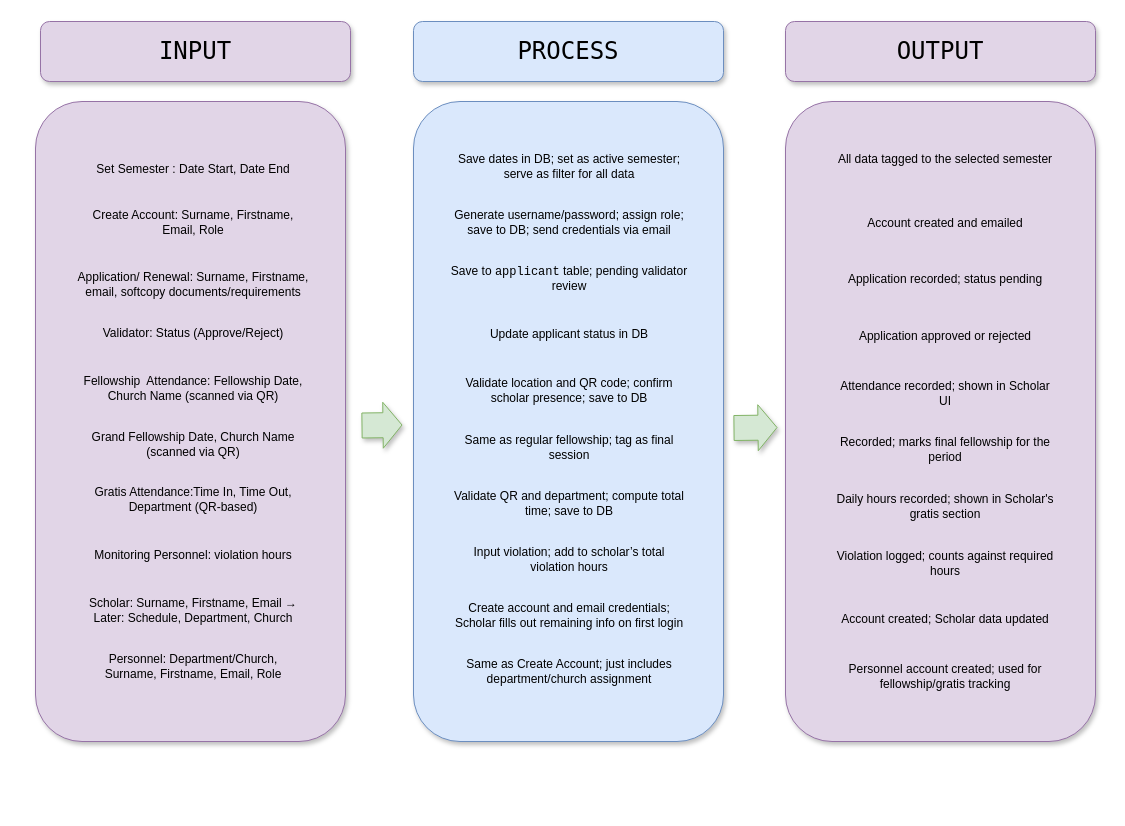
Earlier version of the draw.io diagram IPO.drawio (Bagay-0037/visuals). Source tidied: cells renumbered, new cells numbered last; positions are measured from the earlier drawing's top-left corner, leaving out a move shared by most shapes. Both pictures are drawn from the tidied source at 100%, with x=0, y=0 at pixel (35, 21).
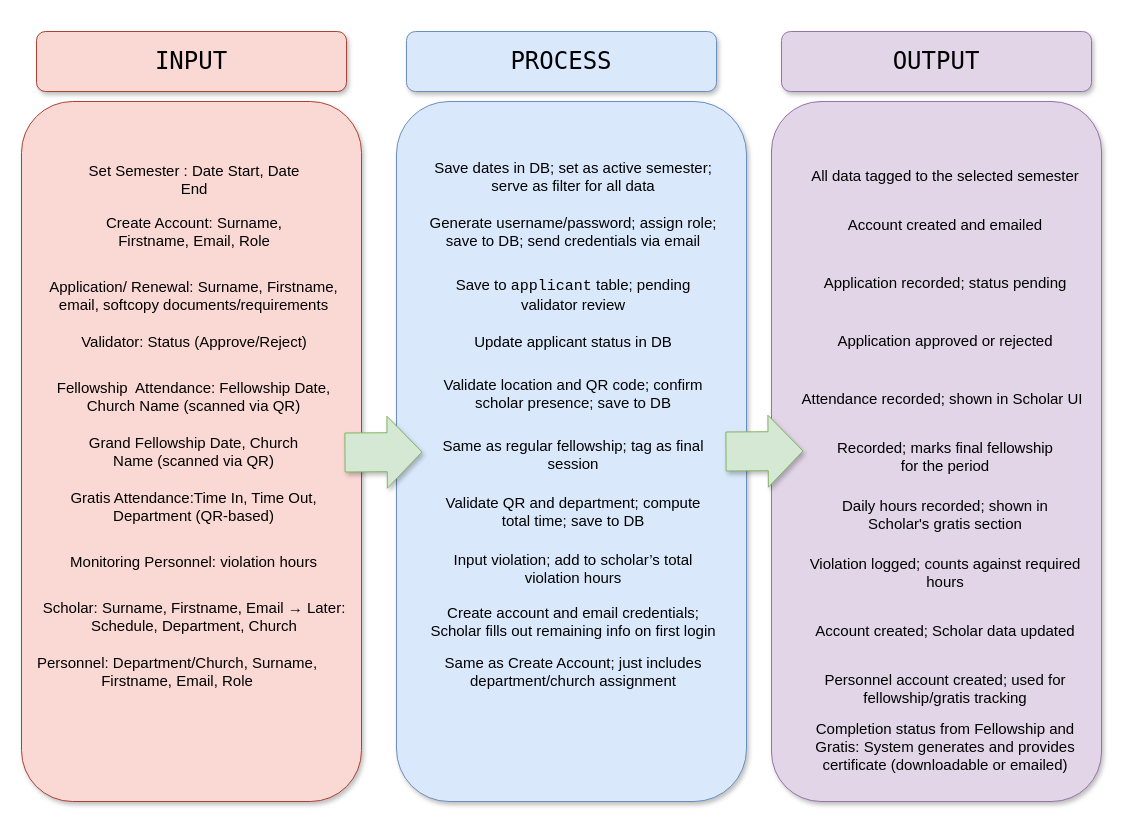
Above is the later version.

The edit, as a diff of the source:
```diff
@@
-    <mxCell id="2" value="&lt;div&gt;&lt;br&gt;&lt;/div&gt;" style="rounded=1;whiteSpace=wrap;html=1;fillColor=#e1d5e7;strokeColor=#9673a6;glass=0;shadow=1;" parent="1" vertex="1">
-      <mxGeometry y="80" width="310" height="640" as="geometry" />
+    <mxCell id="2" value="&lt;div&gt;&lt;br&gt;&lt;/div&gt;" style="rounded=1;whiteSpace=wrap;html=1;fillColor=#fad9d5;strokeColor=#ae4132;glass=0;shadow=1;" parent="1" vertex="1">
+      <mxGeometry x="-14" y="80" width="340" height="700" as="geometry" />
     </mxCell>
     <mxCell id="3" value="&lt;div&gt;&lt;br&gt;&lt;/div&gt;" style="rounded=1;whiteSpace=wrap;html=1;fillColor=#dae8fc;strokeColor=#6c8ebf;shadow=1;" parent="1" vertex="1">
-      <mxGeometry x="378" y="80" width="310" height="640" as="geometry" />
+      <mxGeometry x="361" y="80" width="350" height="700" as="geometry" />
     </mxCell>
     <mxCell id="4" value="&lt;div&gt;&lt;br&gt;&lt;/div&gt;" style="rounded=1;whiteSpace=wrap;html=1;fillColor=#e1d5e7;strokeColor=#9673a6;shadow=1;" parent="1" vertex="1">
-      <mxGeometry x="750" y="80" width="310" height="640" as="geometry" />
+      <mxGeometry x="736" y="80" width="330" height="700" as="geometry" />
     </mxCell>
-    <mxCell id="5" value="&lt;table&gt;&lt;tbody&gt;&lt;tr&gt;&lt;td&gt;&lt;strong&gt;&lt;/strong&gt;&lt;/td&gt;&lt;/tr&gt;&lt;/tbody&gt;&lt;/table&gt;&lt;table&gt;&lt;tbody&gt;&lt;tr&gt;&lt;td&gt;Set Semester : Date Start, Date End&lt;/td&gt;&lt;/tr&gt;&lt;/tbody&gt;&lt;/table&gt;" style="text;html=1;align=center;verticalAlign=middle;whiteSpace=wrap;rounded=0;" parent="1" vertex="1">
-      <mxGeometry x="48" y="130" width="220" height="30" as="geometry" />
+    <mxCell id="5" value="&lt;table&gt;&lt;tbody&gt;&lt;tr&gt;&lt;td&gt;&lt;font style=&quot;font-size: 15px;&quot;&gt;&lt;strong&gt;&lt;/strong&gt;&lt;/font&gt;&lt;/td&gt;&lt;/tr&gt;&lt;/tbody&gt;&lt;/table&gt;&lt;table&gt;&lt;tbody&gt;&lt;tr&gt;&lt;td&gt;&lt;font style=&quot;font-size: 15px;&quot;&gt;Set Semester : Date Start, Date End&lt;/font&gt;&lt;/td&gt;&lt;/tr&gt;&lt;/tbody&gt;&lt;/table&gt;" style="text;html=1;align=center;verticalAlign=middle;whiteSpace=wrap;rounded=0;" parent="1" vertex="1">
+      <mxGeometry x="34.5" y="140" width="248" height="30" as="geometry" />
     </mxCell>
-    <mxCell id="6" value="&lt;div&gt;&lt;div&gt;&lt;span style=&quot;background-color: transparent; color: light-dark(rgb(0, 0, 0), rgb(255, 255, 255));&quot;&gt;Create Account: Surname, Firstname, Email, Role&lt;/span&gt;&lt;/div&gt;&lt;/div&gt;" style="text;html=1;align=center;verticalAlign=middle;whiteSpace=wrap;rounded=0;" parent="1" vertex="1">
-      <mxGeometry x="48" y="186" width="220" height="30" as="geometry" />
+    <mxCell id="6" value="&lt;div&gt;&lt;div&gt;&lt;span style=&quot;background-color: transparent; color: light-dark(rgb(0, 0, 0), rgb(255, 255, 255));&quot;&gt;&lt;font style=&quot;font-size: 15px;&quot;&gt;Create Account: Surname, Firstname, Email, Role&lt;/font&gt;&lt;/span&gt;&lt;/div&gt;&lt;/div&gt;" style="text;html=1;align=center;verticalAlign=middle;whiteSpace=wrap;rounded=0;" parent="1" vertex="1">
+      <mxGeometry x="34.5" y="195" width="248" height="30" as="geometry" />
     </mxCell>
-    <mxCell id="7" value="&lt;br&gt;&lt;div&gt;&lt;div&gt;&lt;span style=&quot;background-color: transparent; color: light-dark(rgb(0, 0, 0), rgb(255, 255, 255));&quot;&gt;Application/ Renewal: Surname, Firstname, email, softcopy documents/requirements&lt;/span&gt;&lt;/div&gt;&lt;/div&gt;" style="text;html=1;align=center;verticalAlign=middle;whiteSpace=wrap;rounded=0;" parent="1" vertex="1">
-      <mxGeometry x="33" y="241" width="250" height="30" as="geometry" />
+    <mxCell id="7" value="&lt;font style=&quot;font-size: 15px;&quot;&gt;&lt;br&gt;&lt;/font&gt;&lt;div&gt;&lt;div&gt;&lt;span style=&quot;background-color: transparent; color: light-dark(rgb(0, 0, 0), rgb(255, 255, 255));&quot;&gt;&lt;font style=&quot;font-size: 15px;&quot;&gt;Application/ Renewal: Surname, Firstname, email, softcopy documents/requirements&lt;/font&gt;&lt;/span&gt;&lt;/div&gt;&lt;/div&gt;" style="text;html=1;align=center;verticalAlign=middle;whiteSpace=wrap;rounded=0;" parent="1" vertex="1">
+      <mxGeometry x="6.1" y="250" width="304.8" height="30" as="geometry" />
     </mxCell>
-    <mxCell id="8" value="&lt;div&gt;Validator:&amp;nbsp;Status (Approve/Reject)&lt;/div&gt;" style="text;html=1;align=center;verticalAlign=middle;whiteSpace=wrap;rounded=0;" parent="1" vertex="1">
-      <mxGeometry x="38" y="297" width="240" height="30" as="geometry" />
+    <mxCell id="8" value="&lt;div&gt;&lt;font style=&quot;font-size: 15px;&quot;&gt;Validator:&amp;nbsp;Status (Approve/Reject)&lt;/font&gt;&lt;/div&gt;" style="text;html=1;align=center;verticalAlign=middle;whiteSpace=wrap;rounded=0;fontSize=14;" parent="1" vertex="1">
+      <mxGeometry x="38.5" y="305" width="240" height="30" as="geometry" />
     </mxCell>
-    <mxCell id="9" value="Fellowship&amp;nbsp; Attendance: Fellowship Date, Church Name (scanned via QR)" style="text;html=1;align=center;verticalAlign=middle;whiteSpace=wrap;rounded=0;" parent="1" vertex="1">
-      <mxGeometry x="28" y="352" width="260" height="30" as="geometry" />
+    <mxCell id="9" value="&lt;font style=&quot;font-size: 15px;&quot;&gt;Fellowship&amp;nbsp; Attendance: Fellowship Date, Church Name (scanned via QR)&lt;/font&gt;" style="text;html=1;align=center;verticalAlign=middle;whiteSpace=wrap;rounded=0;fontSize=14;" parent="1" vertex="1">
+      <mxGeometry x="10" y="360" width="297" height="30" as="geometry" />
     </mxCell>
-    <mxCell id="10" value="&lt;div&gt;Grand Fellowship Date, Church Name (scanned via QR)&lt;/div&gt;" style="text;html=1;align=center;verticalAlign=middle;whiteSpace=wrap;rounded=0;" parent="1" vertex="1">
-      <mxGeometry x="33" y="408" width="250" height="30" as="geometry" />
+    <mxCell id="10" value="&lt;div&gt;&lt;font style=&quot;font-size: 15px;&quot;&gt;Grand Fellowship Date, Church Name (scanned via QR)&lt;/font&gt;&lt;/div&gt;" style="text;html=1;align=center;verticalAlign=middle;whiteSpace=wrap;rounded=0;fontSize=14;" parent="1" vertex="1">
+      <mxGeometry x="32" y="415" width="253" height="30" as="geometry" />
     </mxCell>
-    <mxCell id="11" value="Gratis Attendance:Time In, Time Out, Department (QR-based)" style="text;html=1;align=center;verticalAlign=middle;whiteSpace=wrap;rounded=0;" parent="1" vertex="1">
-      <mxGeometry x="43" y="463" width="230" height="30" as="geometry" />
+    <mxCell id="11" value="&lt;font style=&quot;font-size: 15px;&quot;&gt;Gratis Attendance:Time In, Time Out, Department (QR-based)&lt;/font&gt;" style="text;html=1;align=center;verticalAlign=middle;whiteSpace=wrap;rounded=0;fontSize=14;" parent="1" vertex="1">
+      <mxGeometry x="3" y="470" width="311" height="30" as="geometry" />
     </mxCell>
-    <mxCell id="12" value="Monitoring Personnel: violation hours" style="text;html=1;align=center;verticalAlign=middle;whiteSpace=wrap;rounded=0;" parent="1" vertex="1">
-      <mxGeometry x="43" y="519" width="230" height="30" as="geometry" />
+    <mxCell id="12" value="&lt;font style=&quot;font-size: 15px;&quot;&gt;Monitoring Personnel: violation hours&lt;/font&gt;" style="text;html=1;align=center;verticalAlign=middle;whiteSpace=wrap;rounded=0;fontSize=14;" parent="1" vertex="1">
+      <mxGeometry x="17" y="525" width="283" height="30" as="geometry" />
     </mxCell>
-    <mxCell id="13" value="Scholar: Surname, Firstname, Email → Later: Schedule, Department, Church" style="text;html=1;align=center;verticalAlign=middle;whiteSpace=wrap;rounded=0;" parent="1" vertex="1">
-      <mxGeometry x="38" y="574" width="240" height="30" as="geometry" />
+    <mxCell id="13" value="&lt;font style=&quot;font-size: 15px;&quot;&gt;Scholar: Surname, Firstname, Email → Later: Schedule, Department, Church&lt;/font&gt;" style="text;html=1;align=center;verticalAlign=middle;whiteSpace=wrap;rounded=0;fontSize=14;" parent="1" vertex="1">
+      <mxGeometry x="-0.5" y="580" width="318" height="30" as="geometry" />
     </mxCell>
-    <mxCell id="14" value="&lt;div&gt;&lt;div&gt;Personnel: Department/Church, Surname, Firstname, Email, Role&lt;/div&gt;&lt;/div&gt;" style="text;html=1;align=center;verticalAlign=middle;whiteSpace=wrap;rounded=0;" parent="1" vertex="1">
-      <mxGeometry x="48" y="630" width="220" height="30" as="geometry" />
+    <mxCell id="14" value="&lt;div&gt;&lt;div&gt;&lt;font style=&quot;font-size: 15px;&quot;&gt;Personnel: Department/Church, Surname, Firstname, Email, Role&lt;/font&gt;&lt;/div&gt;&lt;/div&gt;" style="text;html=1;align=center;verticalAlign=middle;whiteSpace=wrap;rounded=0;fontSize=14;" parent="1" vertex="1">
+      <mxGeometry x="-14" y="635" width="311.5" height="30" as="geometry" />
     </mxCell>
-    <mxCell id="15" value="Save dates in DB; set as active semester; serve as filter for all data" style="text;html=1;align=center;verticalAlign=middle;whiteSpace=wrap;rounded=0;" parent="1" vertex="1">
-      <mxGeometry x="414" y="130" width="240" height="30" as="geometry" />
+    <mxCell id="15" value="&lt;font style=&quot;font-size: 15px;&quot;&gt;Save dates in DB; set as active semester; serve as filter for all data&lt;/font&gt;" style="text;html=1;align=center;verticalAlign=middle;whiteSpace=wrap;rounded=0;" parent="1" vertex="1">
+      <mxGeometry x="397" y="140" width="282" height="30" as="geometry" />
     </mxCell>
-    <mxCell id="16" value="Generate username/password; assign role; save to DB; send credentials via email" style="text;html=1;align=center;verticalAlign=middle;whiteSpace=wrap;rounded=0;" parent="1" vertex="1">
-      <mxGeometry x="414" y="181" width="240" height="40" as="geometry" />
+    <mxCell id="16" value="&lt;font style=&quot;font-size: 15px;&quot;&gt;Generate username/password; assign role; save to DB; send credentials via email&lt;/font&gt;" style="text;html=1;align=center;verticalAlign=middle;whiteSpace=wrap;rounded=0;" parent="1" vertex="1">
+      <mxGeometry x="392" y="190" width="292" height="40" as="geometry" />
     </mxCell>
-    <mxCell id="17" value="Save to &lt;code&gt;applicant&lt;/code&gt; table; pending validator review" style="text;html=1;align=center;verticalAlign=middle;whiteSpace=wrap;rounded=0;" parent="1" vertex="1">
-      <mxGeometry x="414" y="237" width="240" height="40" as="geometry" />
+    <mxCell id="17" value="&lt;font style=&quot;font-size: 15px;&quot;&gt;Save to &lt;code style=&quot;&quot;&gt;applicant&lt;/code&gt; table; pending validator review&lt;/font&gt;" style="text;html=1;align=center;verticalAlign=middle;whiteSpace=wrap;rounded=0;" parent="1" vertex="1">
+      <mxGeometry x="397" y="253" width="282" height="40" as="geometry" />
     </mxCell>
-    <mxCell id="18" value="Update applicant status in DB" style="text;html=1;align=center;verticalAlign=middle;whiteSpace=wrap;rounded=0;" parent="1" vertex="1">
-      <mxGeometry x="414" y="293" width="240" height="40" as="geometry" />
+    <mxCell id="18" value="&lt;font style=&quot;font-size: 15px;&quot;&gt;Update applicant status in DB&lt;/font&gt;" style="text;html=1;align=center;verticalAlign=middle;whiteSpace=wrap;rounded=0;" parent="1" vertex="1">
+      <mxGeometry x="418" y="300" width="240" height="40" as="geometry" />
     </mxCell>
-    <mxCell id="19" value="Validate location and QR code; confirm scholar presence; save to DB" style="text;html=1;align=center;verticalAlign=middle;whiteSpace=wrap;rounded=0;" parent="1" vertex="1">
-      <mxGeometry x="414" y="349" width="240" height="40" as="geometry" />
+    <mxCell id="19" value="&lt;font style=&quot;font-size: 15px;&quot;&gt;Validate location and QR code; confirm scholar presence; save to DB&lt;/font&gt;" style="text;html=1;align=center;verticalAlign=middle;whiteSpace=wrap;rounded=0;" parent="1" vertex="1">
+      <mxGeometry x="407" y="352" width="262" height="40" as="geometry" />
     </mxCell>
-    <mxCell id="20" value="Same as regular fellowship; tag as final session" style="text;html=1;align=center;verticalAlign=middle;whiteSpace=wrap;rounded=0;" parent="1" vertex="1">
-      <mxGeometry x="414" y="406" width="240" height="40" as="geometry" />
+    <mxCell id="20" value="&lt;font style=&quot;font-size: 15px;&quot;&gt;Same as regular fellowship; tag as final session&lt;/font&gt;" style="text;html=1;align=center;verticalAlign=middle;whiteSpace=wrap;rounded=0;" parent="1" vertex="1">
+      <mxGeometry x="402" y="413" width="272" height="40" as="geometry" />
     </mxCell>
-    <mxCell id="21" value="Validate QR and department; compute total time; save to DB" style="text;html=1;align=center;verticalAlign=middle;whiteSpace=wrap;rounded=0;" parent="1" vertex="1">
-      <mxGeometry x="414" y="462" width="240" height="40" as="geometry" />
+    <mxCell id="21" value="&lt;font style=&quot;font-size: 15px;&quot;&gt;Validate QR and department; compute total time; save to DB&lt;/font&gt;" style="text;html=1;align=center;verticalAlign=middle;whiteSpace=wrap;rounded=0;" parent="1" vertex="1">
+      <mxGeometry x="407" y="470" width="262" height="40" as="geometry" />
     </mxCell>
-    <mxCell id="22" value="Input violation; add to scholar’s total violation hours" style="text;html=1;align=center;verticalAlign=middle;whiteSpace=wrap;rounded=0;" parent="1" vertex="1">
-      <mxGeometry x="414" y="518" width="240" height="40" as="geometry" />
+    <mxCell id="22" value="&lt;font style=&quot;font-size: 15px;&quot;&gt;Input violation; add to scholar’s total violation hours&lt;/font&gt;" style="text;html=1;align=center;verticalAlign=middle;whiteSpace=wrap;rounded=0;" parent="1" vertex="1">
+      <mxGeometry x="389" y="527" width="298" height="40" as="geometry" />
     </mxCell>
-    <mxCell id="23" value="Create account and email credentials; Scholar fills out remaining info on first login" style="text;html=1;align=center;verticalAlign=middle;whiteSpace=wrap;rounded=0;" parent="1" vertex="1">
-      <mxGeometry x="414" y="574" width="240" height="40" as="geometry" />
+    <mxCell id="23" value="&lt;font style=&quot;font-size: 15px;&quot;&gt;Create account and email credentials; Scholar fills out remaining info on first login&lt;/font&gt;" style="text;html=1;align=center;verticalAlign=middle;whiteSpace=wrap;rounded=0;" parent="1" vertex="1">
+      <mxGeometry x="392" y="580" width="292" height="40" as="geometry" />
     </mxCell>
-    <mxCell id="24" value="Same as Create Account; just includes department/church assignment" style="text;html=1;align=center;verticalAlign=middle;whiteSpace=wrap;rounded=0;" parent="1" vertex="1">
-      <mxGeometry x="414" y="630" width="240" height="40" as="geometry" />
+    <mxCell id="24" value="&lt;font style=&quot;font-size: 15px;&quot;&gt;Same as Create Account; just includes department/church assignment&lt;/font&gt;" style="text;html=1;align=center;verticalAlign=middle;whiteSpace=wrap;rounded=0;" parent="1" vertex="1">
+      <mxGeometry x="398" y="630" width="280" height="40" as="geometry" />
     </mxCell>
-    <mxCell id="25" value="&#10;All data tagged to the selected semester&#10;&#10;" style="text;html=1;align=center;verticalAlign=middle;whiteSpace=wrap;rounded=0;" parent="1" vertex="1">
-      <mxGeometry x="800" y="130" width="220" height="30" as="geometry" />
+    <mxCell id="25" value="&lt;font style=&quot;font-size: 15px;&quot;&gt;&lt;br&gt;All data tagged to the selected semester&lt;br&gt;&lt;/font&gt;" style="text;html=1;align=center;verticalAlign=middle;whiteSpace=wrap;rounded=0;" parent="1" vertex="1">
+      <mxGeometry x="770" y="130" width="280" height="30" as="geometry" />
     </mxCell>
-    <mxCell id="26" value="Account created and emailed" style="text;html=1;align=center;verticalAlign=middle;whiteSpace=wrap;rounded=0;" parent="1" vertex="1">
-      <mxGeometry x="800" y="187" width="220" height="30" as="geometry" />
+    <mxCell id="26" value="&lt;font style=&quot;font-size: 15px;&quot;&gt;Account created and emailed&lt;/font&gt;" style="text;html=1;align=center;verticalAlign=middle;whiteSpace=wrap;rounded=0;" parent="1" vertex="1">
+      <mxGeometry x="800" y="188" width="220" height="30" as="geometry" />
     </mxCell>
-    <mxCell id="27" value="Application recorded; status pending" style="text;html=1;align=center;verticalAlign=middle;whiteSpace=wrap;rounded=0;" parent="1" vertex="1">
-      <mxGeometry x="800" y="243" width="220" height="30" as="geometry" />
+    <mxCell id="27" value="&lt;font style=&quot;font-size: 15px;&quot;&gt;Application recorded; status pending&lt;/font&gt;" style="text;html=1;align=center;verticalAlign=middle;whiteSpace=wrap;rounded=0;" parent="1" vertex="1">
+      <mxGeometry x="782" y="246" width="256" height="30" as="geometry" />
     </mxCell>
-    <mxCell id="28" value="Application approved or rejected" style="text;html=1;align=center;verticalAlign=middle;whiteSpace=wrap;rounded=0;" parent="1" vertex="1">
-      <mxGeometry x="800" y="300" width="220" height="30" as="geometry" />
+    <mxCell id="28" value="&lt;font style=&quot;font-size: 15px;&quot;&gt;Application approved or rejected&lt;/font&gt;" style="text;html=1;align=center;verticalAlign=middle;whiteSpace=wrap;rounded=0;" parent="1" vertex="1">
+      <mxGeometry x="797" y="304" width="226" height="30" as="geometry" />
     </mxCell>
-    <mxCell id="29" value="Attendance recorded; shown in Scholar UI" style="text;html=1;align=center;verticalAlign=middle;whiteSpace=wrap;rounded=0;" parent="1" vertex="1">
-      <mxGeometry x="800" y="357" width="220" height="30" as="geometry" />
+    <mxCell id="29" value="&lt;font style=&quot;font-size: 15px;&quot;&gt;Attendance recorded; shown in Scholar UI&lt;/font&gt;" style="text;html=1;align=center;verticalAlign=middle;whiteSpace=wrap;rounded=0;" parent="1" vertex="1">
+      <mxGeometry x="764" y="362" width="286" height="30" as="geometry" />
     </mxCell>
-    <mxCell id="30" value="Recorded; marks final fellowship for the period" style="text;html=1;align=center;verticalAlign=middle;whiteSpace=wrap;rounded=0;" parent="1" vertex="1">
-      <mxGeometry x="800" y="413" width="220" height="30" as="geometry" />
+    <mxCell id="30" value="&lt;font style=&quot;font-size: 15px;&quot;&gt;Recorded; marks final fellowship for the period&lt;/font&gt;" style="text;html=1;align=center;verticalAlign=middle;whiteSpace=wrap;rounded=0;" parent="1" vertex="1">
+      <mxGeometry x="793" y="420" width="234" height="30" as="geometry" />
     </mxCell>
-    <mxCell id="31" value="Daily hours recorded; shown in Scholar's gratis section" style="text;html=1;align=center;verticalAlign=middle;whiteSpace=wrap;rounded=0;" parent="1" vertex="1">
-      <mxGeometry x="800" y="470" width="220" height="30" as="geometry" />
+    <mxCell id="31" value="&lt;font style=&quot;font-size: 15px;&quot;&gt;Daily hours recorded; shown in Scholar's gratis section&lt;/font&gt;" style="text;html=1;align=center;verticalAlign=middle;whiteSpace=wrap;rounded=0;" parent="1" vertex="1">
+      <mxGeometry x="778" y="478" width="264" height="30" as="geometry" />
     </mxCell>
-    <mxCell id="32" value="Violation logged; counts against required hours" style="text;html=1;align=center;verticalAlign=middle;whiteSpace=wrap;rounded=0;" parent="1" vertex="1">
-      <mxGeometry x="800" y="527" width="220" height="30" as="geometry" />
+    <mxCell id="32" value="&lt;font style=&quot;font-size: 15px;&quot;&gt;Violation logged; counts against required hours&lt;/font&gt;" style="text;html=1;align=center;verticalAlign=middle;whiteSpace=wrap;rounded=0;" parent="1" vertex="1">
+      <mxGeometry x="768" y="536" width="284" height="30" as="geometry" />
     </mxCell>
-    <mxCell id="33" value="Account created; Scholar data updated" style="text;html=1;align=center;verticalAlign=middle;whiteSpace=wrap;rounded=0;" parent="1" vertex="1">
-      <mxGeometry x="800" y="583" width="220" height="30" as="geometry" />
+    <mxCell id="33" value="&lt;font style=&quot;font-size: 15px;&quot;&gt;Account created; Scholar data updated&lt;/font&gt;" style="text;html=1;align=center;verticalAlign=middle;whiteSpace=wrap;rounded=0;" parent="1" vertex="1">
+      <mxGeometry x="773" y="594" width="274" height="30" as="geometry" />
     </mxCell>
-    <mxCell id="34" value="Personnel account created; used for fellowship/gratis tracking" style="text;html=1;align=center;verticalAlign=middle;whiteSpace=wrap;rounded=0;" parent="1" vertex="1">
-      <mxGeometry x="800" y="640" width="220" height="30" as="geometry" />
+    <mxCell id="34" value="&lt;font style=&quot;font-size: 15px;&quot;&gt;Personnel account created; used for fellowship/gratis tracking&lt;/font&gt;" style="text;html=1;align=center;verticalAlign=middle;whiteSpace=wrap;rounded=0;" parent="1" vertex="1">
+      <mxGeometry x="783" y="652" width="254" height="30" as="geometry" />
     </mxCell>
-    <mxCell id="35" style="shape=flexArrow;endArrow=classic;html=1;rounded=0;fillColor=#d5e8d4;strokeColor=#82b366;shadow=1;width=25;" parent="1" edge="1">
-      <mxGeometry relative="1" as="geometry">
-        <mxPoint x="326" y="404" as="sourcePoint" />
-        <mxPoint x="367" y="403.5" as="targetPoint" />
-      </mxGeometry>
-    </mxCell>
-    <mxCell id="36" style="shape=flexArrow;endArrow=classic;html=1;rounded=0;fillColor=#d5e8d4;strokeColor=#82b366;shadow=1;flowAnimation=0;width=25;" parent="1" edge="1">
+    <mxCell id="36" style="shape=flexArrow;endArrow=classic;html=1;rounded=0;fillColor=#d5e8d4;strokeColor=#82b366;shadow=1;flowAnimation=0;width=39;endSize=11.29;endWidth=32;" parent="1" edge="1">
       <mxGeometry relative="1" as="geometry">
-        <mxPoint x="698" y="406.5" as="sourcePoint" />
-        <mxPoint x="742" y="406" as="targetPoint" />
+        <mxPoint x="309" y="431" as="sourcePoint" />
+        <mxPoint x="387" y="430.5" as="targetPoint" />
       </mxGeometry>
     </mxCell>
-    <mxCell id="37" value="&lt;font face=&quot;Lucida Console&quot; style=&quot;font-size: 24px;&quot;&gt;INPUT&lt;/font&gt;" style="rounded=1;whiteSpace=wrap;html=1;shadow=1;fillColor=#e1d5e7;strokeColor=#9673a6;" parent="1" vertex="1">
-      <mxGeometry x="5" width="310" height="60" as="geometry" />
+    <mxCell id="37" value="&lt;font face=&quot;Lucida Console&quot; style=&quot;font-size: 24px;&quot;&gt;INPUT&lt;/font&gt;" style="rounded=1;whiteSpace=wrap;html=1;shadow=1;fillColor=#fad9d5;strokeColor=#ae4132;" parent="1" vertex="1">
+      <mxGeometry x="1" y="10" width="310" height="60" as="geometry" />
     </mxCell>
     <mxCell id="38" value="&lt;font face=&quot;Lucida Console&quot; style=&quot;font-size: 24px;&quot;&gt;PROCESS&lt;/font&gt;" style="rounded=1;whiteSpace=wrap;html=1;shadow=1;fillColor=#dae8fc;strokeColor=#6c8ebf;" parent="1" vertex="1">
-      <mxGeometry x="378" width="310" height="60" as="geometry" />
+      <mxGeometry x="371" y="10" width="310" height="60" as="geometry" />
     </mxCell>
     <mxCell id="39" value="&lt;font face=&quot;Lucida Console&quot; style=&quot;font-size: 24px;&quot;&gt;OUTPUT&lt;/font&gt;" style="rounded=1;whiteSpace=wrap;html=1;shadow=1;glass=0;fillColor=#e1d5e7;strokeColor=#9673a6;" parent="1" vertex="1">
-      <mxGeometry x="750" width="310" height="60" as="geometry" />
+      <mxGeometry x="746" y="10" width="310" height="60" as="geometry" />
     </mxCell>
+    <mxCell id="40" value="&lt;font style=&quot;font-size: 15px;&quot;&gt;Completion status from Fellowship and Gratis: System generates and provides certificate (downloadable or emailed)&lt;/font&gt;" style="text;html=1;align=center;verticalAlign=middle;whiteSpace=wrap;rounded=0;" parent="1" vertex="1">
+      <mxGeometry x="773" y="710" width="274" height="30" as="geometry" />
+    </mxCell>
+    <mxCell id="41" style="shape=flexArrow;endArrow=classic;html=1;rounded=0;fillColor=#d5e8d4;strokeColor=#82b366;shadow=1;flowAnimation=0;width=39;endSize=11.29;endWidth=32;" parent="1" edge="1">
+      <mxGeometry relative="1" as="geometry">
+        <mxPoint x="690" y="430" as="sourcePoint" />
+        <mxPoint x="768" y="429.5" as="targetPoint" />
+      </mxGeometry>
+    </mxCell>
```
